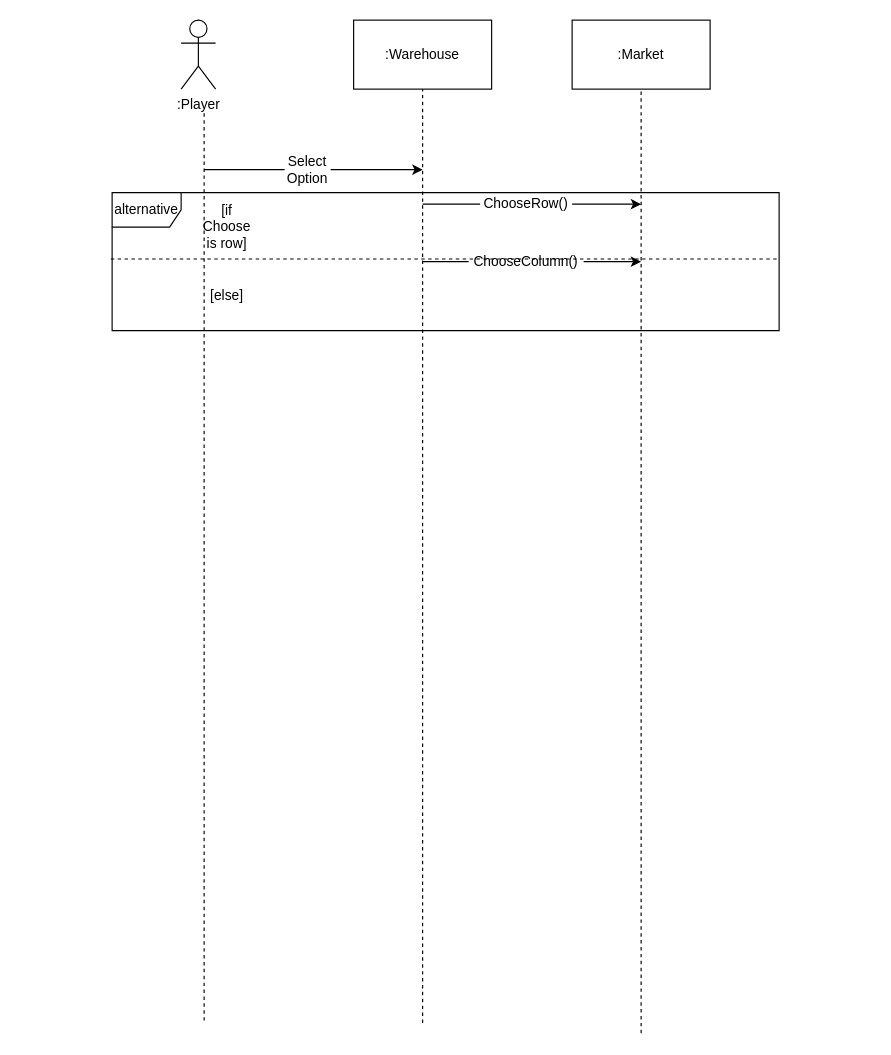
The draw.io diagram deliveries/uml/Gain Resources.drawio in egyangel/ing-sw-2021-esas-mauri-madhkour-elsheshtawi, before the edit. Source tidied: cells renumbered, new cells numbered last; positions are measured from the earlier drawing's top-left corner, leaving out a move shared by most shapes. Both pictures are drawn from the tidied source at 115%, with x=0, y=0 at pixel (112, 20).
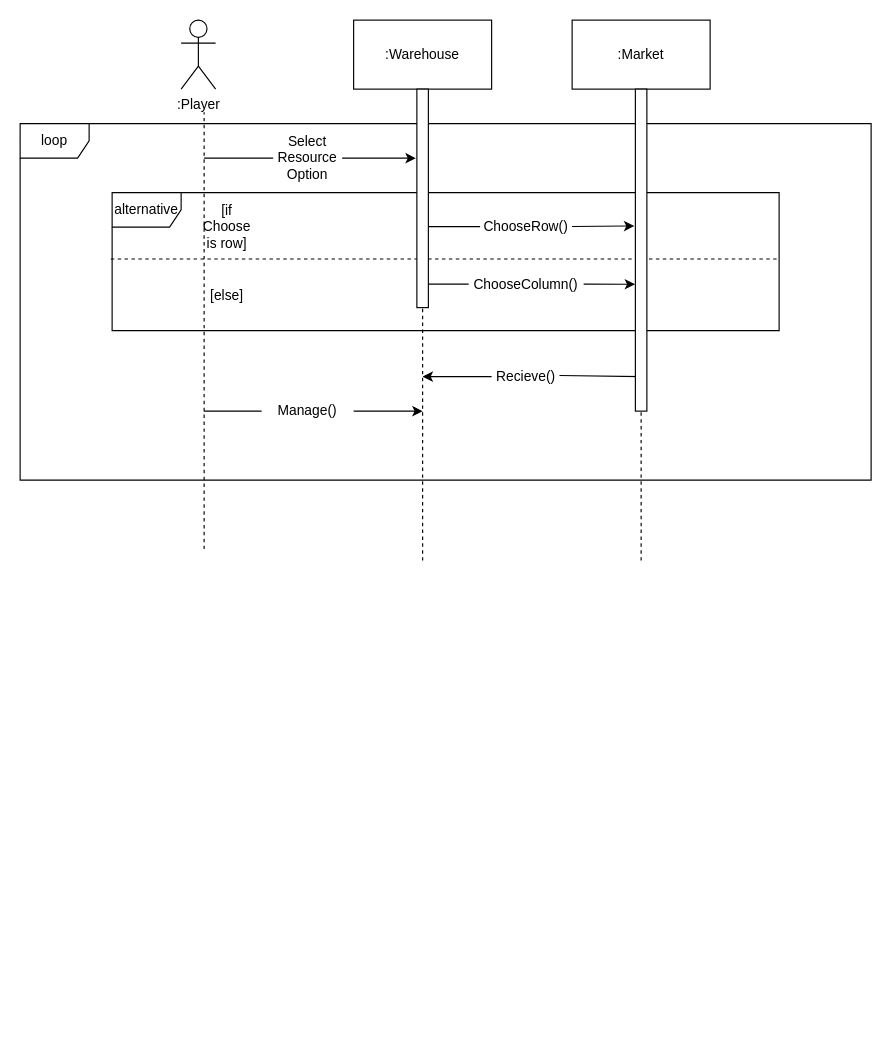
Above is the later version.

Unchanged cells that the change refers to:
```xml
<mxCell id="5" style="rounded=0;whiteSpace=wrap;html=1;" parent="1" vertex="1">
  <mxGeometry x="210" width="120" height="60" as="geometry" />
</mxCell>
<mxCell id="7" style="rounded=0;whiteSpace=wrap;html=1;" parent="1" vertex="1">
  <mxGeometry x="400" width="120" height="60" as="geometry" />
</mxCell>
```

Change to the diagram source:
```diff
@@
+    <mxCell id="23" value="loop" style="shape=umlFrame;whiteSpace=wrap;html=1;" parent="1" vertex="1">
+      <mxGeometry x="-80" y="90" width="740" height="310" as="geometry" />
+    </mxCell>
@@
     <mxCell id="4" style="endArrow=none;dashed=1;html=1;" parent="1" edge="1">
       <mxGeometry relative="1" as="geometry">
-        <mxPoint x="80" y="870" as="sourcePoint" />
+        <mxPoint x="80" y="460" as="sourcePoint" />
         <mxPoint x="80" y="80" as="targetPoint" />
       </mxGeometry>
     </mxCell>
@@
-    <mxCell id="6" style="endArrow=none;dashed=1;html=1;entryX=0.5;entryY=1;entryDx=0;entryDy=0;" parent="1" edge="1" target="5">
-      <mxGeometry relative="1" as="geometry">
-        <mxPoint x="270" y="872" as="sourcePoint" />
-      </mxGeometry>
+    <mxCell id="6" style="endArrow=none;dashed=1;html=1;entryX=0.5;entryY=1;entryDx=0;entryDy=0;startArrow=none;" parent="1" edge="1" source="30" target="5">
+      <mxGeometry relative="1" as="geometry" />
     </mxCell>
@@
-    <mxCell id="8" style="endArrow=none;dashed=1;html=1;entryX=0.5;entryY=1;entryDx=0;entryDy=0;" parent="1" edge="1" target="7">
-      <mxGeometry relative="1" as="geometry">
-        <mxPoint x="460" y="881" as="sourcePoint" />
-      </mxGeometry>
+    <mxCell id="8" style="endArrow=none;dashed=1;html=1;entryX=0.5;entryY=1;entryDx=0;entryDy=0;startArrow=none;" parent="1" edge="1" source="32" target="7">
+      <mxGeometry relative="1" as="geometry" />
     </mxCell>
-    <mxCell id="9" style="endArrow=classic;html=1;startArrow=none;" parent="1" edge="1" source="10">
+    <mxCell id="9" style="endArrow=classic;html=1;startArrow=none;entryX=-0.095;entryY=0.316;entryDx=0;entryDy=0;entryPerimeter=0;" parent="1" edge="1" target="30">
       <mxGeometry relative="1" as="geometry">
-        <mxPoint x="270" y="130" as="targetPoint" />
+        <mxPoint x="200" y="120" as="sourcePoint" />
       </mxGeometry>
     </mxCell>
-    <mxCell id="10" value="Select Option" style="text;html=1;strokeColor=none;fillColor=none;align=center;verticalAlign=middle;whiteSpace=wrap;rounded=0;" parent="1" vertex="1">
-      <mxGeometry x="150" y="120" width="40" height="20" as="geometry" />
+    <mxCell id="10" value="Select Resource Option" style="text;html=1;strokeColor=none;fillColor=none;align=center;verticalAlign=middle;whiteSpace=wrap;rounded=0;" parent="1" vertex="1">
+      <mxGeometry x="150" y="110" width="40" height="20" as="geometry" />
     </mxCell>
-    <mxCell id="11" style="endArrow=none;html=1;" parent="1" edge="1" target="10">
+    <mxCell id="11" style="endArrow=none;html=1;" parent="1" edge="1">
       <mxGeometry relative="1" as="geometry">
-        <mxPoint x="80" y="130" as="sourcePoint" />
+        <mxPoint x="80" y="120" as="sourcePoint" />
+        <mxPoint x="140" y="120" as="targetPoint" />
       </mxGeometry>
     </mxCell>
-    <mxCell id="12" style="endArrow=classic;html=1;startArrow=none;" parent="1" edge="1">
+    <mxCell id="12" style="endArrow=classic;html=1;startArrow=none;entryX=-0.095;entryY=0.425;entryDx=0;entryDy=0;entryPerimeter=0;" parent="1" edge="1" target="32">
       <mxGeometry relative="1" as="geometry">
-        <mxPoint x="400" y="160" as="sourcePoint" />
-        <mxPoint x="460" y="160" as="targetPoint" />
+        <mxPoint x="400" y="179.5" as="sourcePoint" />
       </mxGeometry>
     </mxCell>
@@
     <mxCell id="15" value="ChooseRow()" style="text;html=1;strokeColor=none;fillColor=none;align=center;verticalAlign=middle;whiteSpace=wrap;rounded=0;" parent="1" vertex="1">
-      <mxGeometry x="340" y="150" width="40" height="20" as="geometry" />
+      <mxGeometry x="340" y="170" width="40" height="20" as="geometry" />
     </mxCell>
     <mxCell id="16" style="endArrow=none;html=1;" parent="1" edge="1">
       <mxGeometry relative="1" as="geometry">
-        <mxPoint x="270" y="160" as="sourcePoint" />
-        <mxPoint x="320" y="160" as="targetPoint" />
+        <mxPoint x="270" y="179.5" as="sourcePoint" />
+        <mxPoint x="320" y="179.5" as="targetPoint" />
       </mxGeometry>
     </mxCell>
-    <mxCell id="17" style="endArrow=classic;html=1;startArrow=none;" parent="1" edge="1">
+    <mxCell id="17" style="endArrow=classic;html=1;startArrow=none;entryX=-0.026;entryY=0.606;entryDx=0;entryDy=0;entryPerimeter=0;" parent="1" edge="1" target="32">
       <mxGeometry relative="1" as="geometry">
-        <mxPoint x="410" y="210" as="sourcePoint" />
-        <mxPoint x="460" y="210" as="targetPoint" />
+        <mxPoint x="410" y="229.6" as="sourcePoint" />
       </mxGeometry>
     </mxCell>
     <mxCell id="18" value="ChooseColumn()" style="text;html=1;strokeColor=none;fillColor=none;align=center;verticalAlign=middle;whiteSpace=wrap;rounded=0;" parent="1" vertex="1">
-      <mxGeometry x="340" y="200" width="40" height="20" as="geometry" />
+      <mxGeometry x="340" y="220" width="40" height="20" as="geometry" />
     </mxCell>
     <mxCell id="19" style="endArrow=none;html=1;" parent="1" edge="1">
       <mxGeometry relative="1" as="geometry">
-        <mxPoint x="270" y="210" as="sourcePoint" />
-        <mxPoint x="310" y="210" as="targetPoint" />
+        <mxPoint x="270" y="229.6" as="sourcePoint" />
+        <mxPoint x="310" y="229.6" as="targetPoint" />
       </mxGeometry>
     </mxCell>
@@
+    <mxCell id="24" style="endArrow=classic;html=1;startArrow=none;" parent="1" edge="1">
+      <mxGeometry relative="1" as="geometry">
+        <mxPoint x="330" y="310" as="sourcePoint" />
+        <mxPoint x="270" y="310" as="targetPoint" />
+      </mxGeometry>
+    </mxCell>
+    <mxCell id="25" value="Recieve()" style="text;html=1;strokeColor=none;fillColor=none;align=center;verticalAlign=middle;whiteSpace=wrap;rounded=0;" parent="1" vertex="1">
+      <mxGeometry x="340" y="300" width="40" height="20" as="geometry" />
+    </mxCell>
+    <mxCell id="26" style="endArrow=none;html=1;entryX=1.225;entryY=0.45;entryDx=0;entryDy=0;entryPerimeter=0;" parent="1" edge="1" target="25">
+      <mxGeometry relative="1" as="geometry">
+        <mxPoint x="460" y="310" as="sourcePoint" />
+      </mxGeometry>
+    </mxCell>
+    <mxCell id="27" style="endArrow=classic;html=1;startArrow=none;" parent="1" edge="1">
+      <mxGeometry relative="1" as="geometry">
+        <mxPoint x="210" y="340" as="sourcePoint" />
+        <mxPoint x="270" y="340" as="targetPoint" />
+      </mxGeometry>
+    </mxCell>
+    <mxCell id="28" value="Manage()" style="text;html=1;strokeColor=none;fillColor=none;align=center;verticalAlign=middle;whiteSpace=wrap;rounded=0;" parent="1" vertex="1">
+      <mxGeometry x="150" y="330" width="40" height="20" as="geometry" />
+    </mxCell>
+    <mxCell id="29" style="endArrow=none;html=1;" parent="1" edge="1">
+      <mxGeometry relative="1" as="geometry">
+        <mxPoint x="80" y="340" as="sourcePoint" />
+        <mxPoint x="130" y="340" as="targetPoint" />
+      </mxGeometry>
+    </mxCell>
+    <mxCell id="30" style="html=1;points=[];perimeter=orthogonalPerimeter;" parent="1" vertex="1">
+      <mxGeometry x="265" y="60" width="10" height="190" as="geometry" />
+    </mxCell>
+    <mxCell id="31" style="endArrow=none;dashed=1;html=1;entryX=0.5;entryY=1;entryDx=0;entryDy=0;" parent="1" edge="1" target="30">
+      <mxGeometry relative="1" as="geometry">
+        <mxPoint x="270" y="470" as="sourcePoint" />
+      </mxGeometry>
+    </mxCell>
+    <mxCell id="32" style="html=1;points=[];perimeter=orthogonalPerimeter;" parent="1" vertex="1">
+      <mxGeometry x="455" y="60" width="10" height="280" as="geometry" />
+    </mxCell>
+    <mxCell id="33" style="endArrow=none;dashed=1;html=1;entryX=0.5;entryY=1;entryDx=0;entryDy=0;" parent="1" edge="1" target="32">
+      <mxGeometry relative="1" as="geometry">
+        <mxPoint x="460" y="470" as="sourcePoint" />
+      </mxGeometry>
+    </mxCell>
```
